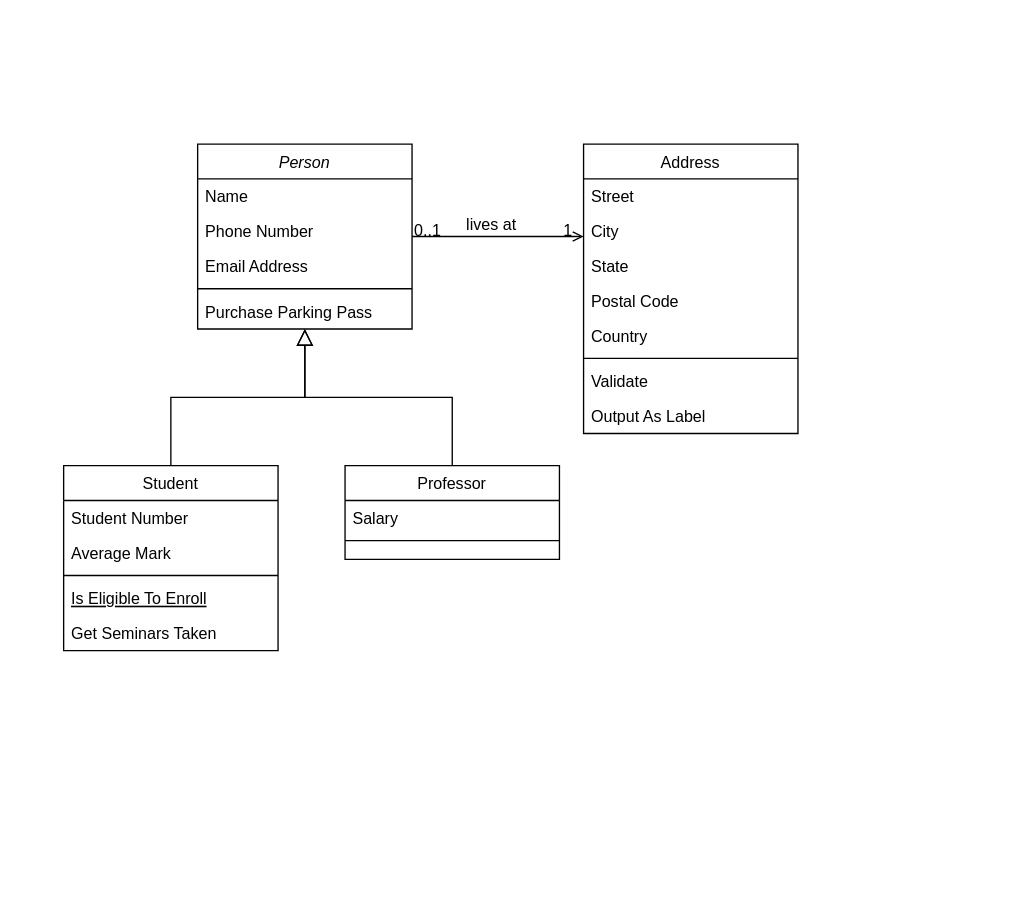
This is CS2510_Problem_8.drawio from sauerBT/PersonalRepo, a draw.io file, before an edit. Source tidied: cells renumbered, new cells numbered last; positions are measured from the earlier drawing's top-left corner, leaving out a move shared by most shapes. Both pictures are drawn from the tidied source at 134%, with x=0, y=0 at pixel (63, 143).
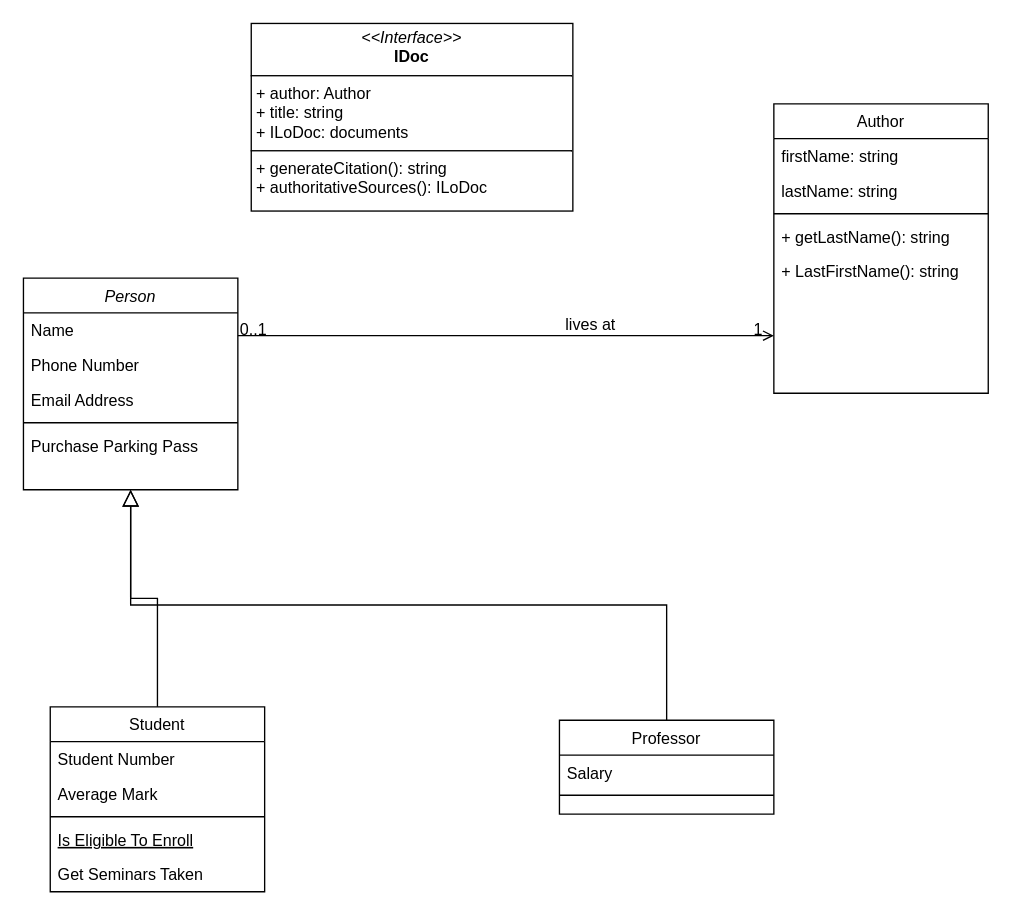
The same page after the edit.

Change to the diagram source:
```diff
@@
     <mxCell id="2" value="Person" style="swimlane;fontStyle=2;align=center;verticalAlign=top;horizontal=1;startSize=26;rounded=0;shadow=0;strokeWidth=1;" parent="1" vertex="1">
-      <mxGeometry x="100" width="160" height="138" as="geometry" />
+      <mxGeometry x="-30" y="100" width="160" height="158" as="geometry" />
     </mxCell>
@@
     <mxCell id="8" value="Student" style="swimlane;fontStyle=0;align=center;verticalAlign=top;horizontal=1;startSize=26;rounded=0;shadow=0;strokeWidth=1;" parent="1" vertex="1">
-      <mxGeometry y="240" width="160" height="138" as="geometry" />
+      <mxGeometry x="-10" y="420" width="160" height="138" as="geometry" />
     </mxCell>
@@
     <mxCell id="15" value="Professor" style="swimlane;fontStyle=0;align=center;verticalAlign=top;horizontal=1;startSize=26;rounded=0;shadow=0;strokeWidth=1;" parent="1" vertex="1">
-      <mxGeometry x="210" y="240" width="160" height="70" as="geometry" />
+      <mxGeometry x="370" y="430" width="160" height="70" as="geometry" />
     </mxCell>
@@
-    <mxCell id="19" value="Address" style="swimlane;fontStyle=0;align=center;verticalAlign=top;horizontal=1;startSize=26;rounded=0;shadow=0;strokeWidth=1;" parent="1" vertex="1">
-      <mxGeometry x="388" width="160" height="216" as="geometry" />
+    <mxCell id="19" value="Author" style="swimlane;fontStyle=0;align=center;verticalAlign=top;horizontal=1;startSize=26;rounded=0;shadow=0;strokeWidth=1;" parent="1" vertex="1">
+      <mxGeometry x="530" y="-30" width="160" height="216" as="geometry" />
     </mxCell>
-    <mxCell id="20" value="Street" style="text;align=left;verticalAlign=top;spacingLeft=4;spacingRight=4;overflow=hidden;" parent="19" vertex="1">
+    <mxCell id="20" value="firstName: string" style="text;align=left;verticalAlign=top;spacingLeft=4;spacingRight=4;overflow=hidden;" parent="19" vertex="1">
       <mxGeometry y="26" width="160" height="26" as="geometry" />
     </mxCell>
-    <mxCell id="21" value="City" style="text;align=left;verticalAlign=top;spacingLeft=4;spacingRight=4;overflow=hidden;rounded=0;shadow=0;html=0;" parent="19" vertex="1">
+    <mxCell id="21" value="lastName: string" style="text;align=left;verticalAlign=top;spacingLeft=4;spacingRight=4;overflow=hidden;rounded=0;shadow=0;html=0;" parent="19" vertex="1">
       <mxGeometry y="52" width="160" height="26" as="geometry" />
     </mxCell>
-    <mxCell id="22" value="State" style="text;align=left;verticalAlign=top;spacingLeft=4;spacingRight=4;overflow=hidden;rounded=0;shadow=0;html=0;" parent="19" vertex="1">
-      <mxGeometry y="78" width="160" height="26" as="geometry" />
-    </mxCell>
-    <mxCell id="23" value="Postal Code" style="text;align=left;verticalAlign=top;spacingLeft=4;spacingRight=4;overflow=hidden;rounded=0;shadow=0;html=0;" parent="19" vertex="1">
-      <mxGeometry y="104" width="160" height="26" as="geometry" />
-    </mxCell>
-    <mxCell id="24" value="Country" style="text;align=left;verticalAlign=top;spacingLeft=4;spacingRight=4;overflow=hidden;rounded=0;shadow=0;html=0;" parent="19" vertex="1">
-      <mxGeometry y="130" width="160" height="26" as="geometry" />
-    </mxCell>
     <mxCell id="25" style="line;html=1;strokeWidth=1;align=left;verticalAlign=middle;spacingTop=-1;spacingLeft=3;spacingRight=3;labelPosition=right;" parent="19" vertex="1">
-      <mxGeometry y="156" width="160" height="8" as="geometry" />
+      <mxGeometry y="78" width="160" height="8" as="geometry" />
     </mxCell>
-    <mxCell id="26" value="Validate" style="text;align=left;verticalAlign=top;spacingLeft=4;spacingRight=4;overflow=hidden;" parent="19" vertex="1">
-      <mxGeometry y="164" width="160" height="26" as="geometry" />
+    <mxCell id="26" value="+ getLastName(): string" style="text;align=left;verticalAlign=top;spacingLeft=4;spacingRight=4;overflow=hidden;" parent="19" vertex="1">
+      <mxGeometry y="86" width="160" height="26" as="geometry" />
     </mxCell>
-    <mxCell id="27" value="Output As Label" style="text;align=left;verticalAlign=top;spacingLeft=4;spacingRight=4;overflow=hidden;" parent="19" vertex="1">
-      <mxGeometry y="190" width="160" height="26" as="geometry" />
+    <mxCell id="27" value="+ LastFirstName(): string" style="text;align=left;verticalAlign=top;spacingLeft=4;spacingRight=4;overflow=hidden;" parent="19" vertex="1">
+      <mxGeometry y="112" width="160" height="26" as="geometry" />
     </mxCell>
@@
+    <mxCell id="32" value="&lt;p style=&quot;margin:0px;margin-top:4px;text-align:center;&quot;&gt;&lt;i&gt;&amp;lt;&amp;lt;Interface&amp;gt;&amp;gt;&lt;/i&gt;&lt;br&gt;&lt;b&gt;IDoc&lt;/b&gt;&lt;br&gt;&lt;/p&gt;&lt;hr size=&quot;1&quot; style=&quot;border-style:solid;&quot;&gt;&lt;p style=&quot;margin:0px;margin-left:4px;&quot;&gt;+ author: Author&lt;br&gt;+ title: string&lt;/p&gt;&lt;p style=&quot;margin:0px;margin-left:4px;&quot;&gt;+ ILoDoc: documents&lt;br&gt;&lt;/p&gt;&lt;hr size=&quot;1&quot; style=&quot;border-style:solid;&quot;&gt;&lt;p style=&quot;margin:0px;margin-left:4px;&quot;&gt;+ generateCitation(): string&lt;br&gt;+ authoritativeSources(): ILoDoc&lt;/p&gt;" style="verticalAlign=top;align=left;overflow=fill;html=1;whiteSpace=wrap;" parent="1" vertex="1">
+      <mxGeometry x="140" y="-90" width="240" height="140" as="geometry" />
+    </mxCell>
```
